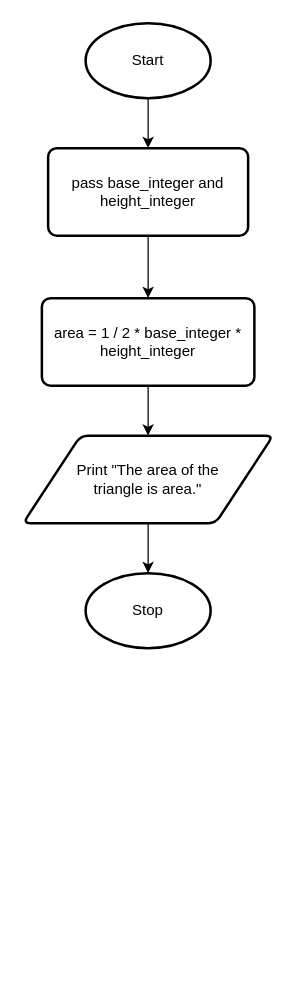
The draw.io diagram design.flowchart.drawio in Yiyun-Qin/ICS3U-Unit6-05-Python, before the edit. Source tidied: cells renumbered, new cells numbered last; positions are measured from the earlier drawing's top-left corner, leaving out a move shared by most shapes. Both pictures are drawn from the tidied source at 125%, with x=0, y=0 at pixel (22, 22).
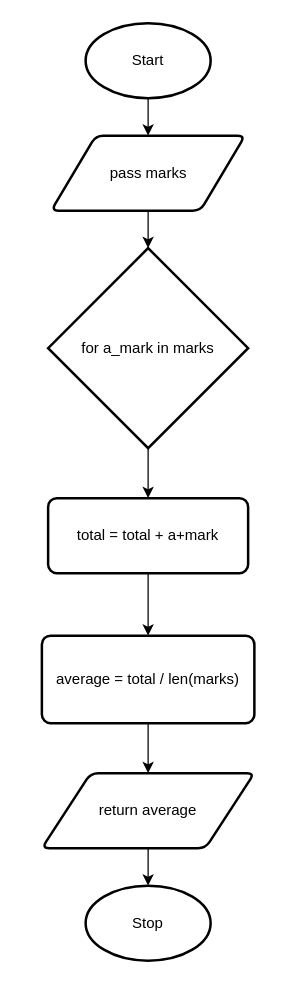
Above is the later version.

Diff of the diagram source:
```diff
@@
 <mxGraphModel>
   <root>
     <mxCell id="0" />
     <mxCell id="1" parent="0" />
-    <mxCell id="2" style="edgeStyle=none;html=1;exitX=0.5;exitY=1;exitDx=0;exitDy=0;exitPerimeter=0;entryX=0.5;entryY=0;entryDx=0;entryDy=0;" parent="1" edge="1" source="3" target="6">
-      <mxGeometry relative="1" as="geometry" />
-    </mxCell>
+    <mxCell id="11" style="edgeStyle=none;html=1;exitX=0.5;exitY=1;exitDx=0;exitDy=0;exitPerimeter=0;entryX=0.5;entryY=0;entryDx=0;entryDy=0;" parent="1" edge="1" source="3" target="13">
+      <mxGeometry relative="1" as="geometry" />
+    </mxCell>
     <mxCell id="3" value="Start" style="strokeWidth=2;html=1;shape=mxgraph.flowchart.start_1;whiteSpace=wrap;" parent="1" vertex="1">
       <mxGeometry x="50" width="100" height="60" as="geometry" />
     </mxCell>
     <mxCell id="4" value="Stop" style="strokeWidth=2;html=1;shape=mxgraph.flowchart.start_1;whiteSpace=wrap;" parent="1" vertex="1">
-      <mxGeometry x="50" y="440" width="100" height="60" as="geometry" />
+      <mxGeometry x="50" y="690" width="100" height="60" as="geometry" />
     </mxCell>
-    <mxCell id="5" style="edgeStyle=none;html=1;exitX=0.5;exitY=1;exitDx=0;exitDy=0;entryX=0.5;entryY=0;entryDx=0;entryDy=0;" parent="1" edge="1" source="6" target="8">
-      <mxGeometry relative="1" as="geometry" />
-    </mxCell>
-    <mxCell id="6" value="pass base_integer and height_integer" style="rounded=1;whiteSpace=wrap;html=1;absoluteArcSize=1;arcSize=14;strokeWidth=2;" parent="1" vertex="1">
-      <mxGeometry x="20" y="100" width="160" height="70" as="geometry" />
-    </mxCell>
-    <mxCell id="7" style="edgeStyle=none;html=1;exitX=0.5;exitY=1;exitDx=0;exitDy=0;entryX=0.5;entryY=0;entryDx=0;entryDy=0;" parent="1" edge="1" source="8" target="10">
-      <mxGeometry relative="1" as="geometry" />
-    </mxCell>
-    <mxCell id="8" value="area = 1 / 2 * base_integer * height_integer" style="rounded=1;whiteSpace=wrap;html=1;absoluteArcSize=1;arcSize=14;strokeWidth=2;" parent="1" vertex="1">
-      <mxGeometry x="15" y="220" width="170" height="70" as="geometry" />
-    </mxCell>
-    <mxCell id="9" style="edgeStyle=none;html=1;exitX=0.5;exitY=1;exitDx=0;exitDy=0;entryX=0.5;entryY=0;entryDx=0;entryDy=0;entryPerimeter=0;" parent="1" edge="1" source="10" target="4">
-      <mxGeometry relative="1" as="geometry" />
-    </mxCell>
-    <mxCell id="10" value="Print &quot;The area of the &lt;br&gt;triangle is area.&quot;" style="shape=parallelogram;html=1;strokeWidth=2;perimeter=parallelogramPerimeter;whiteSpace=wrap;rounded=1;arcSize=12;size=0.23;" parent="1" vertex="1">
-      <mxGeometry y="330" width="200" height="70" as="geometry" />
-    </mxCell>
+    <mxCell id="12" style="edgeStyle=none;html=1;exitX=0.5;exitY=1;exitDx=0;exitDy=0;entryX=0.5;entryY=0;entryDx=0;entryDy=0;entryPerimeter=0;" parent="1" edge="1" source="13" target="15">
+      <mxGeometry relative="1" as="geometry" />
+    </mxCell>
+    <mxCell id="13" value="pass marks" style="shape=parallelogram;html=1;strokeWidth=2;perimeter=parallelogramPerimeter;whiteSpace=wrap;rounded=1;arcSize=12;size=0.23;" parent="1" vertex="1">
+      <mxGeometry x="22.5" y="90" width="155" height="60" as="geometry" />
+    </mxCell>
+    <mxCell id="14" style="edgeStyle=none;html=1;exitX=0.5;exitY=1;exitDx=0;exitDy=0;exitPerimeter=0;entryX=0.5;entryY=0;entryDx=0;entryDy=0;" parent="1" edge="1" source="15" target="17">
+      <mxGeometry relative="1" as="geometry" />
+    </mxCell>
+    <mxCell id="15" value="for a_mark in marks" style="strokeWidth=2;html=1;shape=mxgraph.flowchart.decision;whiteSpace=wrap;" parent="1" vertex="1">
+      <mxGeometry x="20" y="180" width="160" height="160" as="geometry" />
+    </mxCell>
+    <mxCell id="16" style="edgeStyle=none;html=1;exitX=0.5;exitY=1;exitDx=0;exitDy=0;entryX=0.5;entryY=0;entryDx=0;entryDy=0;" parent="1" edge="1" source="17" target="19">
+      <mxGeometry relative="1" as="geometry" />
+    </mxCell>
+    <mxCell id="17" value="total = total + a+mark" style="rounded=1;whiteSpace=wrap;html=1;absoluteArcSize=1;arcSize=14;strokeWidth=2;" parent="1" vertex="1">
+      <mxGeometry x="20" y="380" width="160" height="60" as="geometry" />
+    </mxCell>
+    <mxCell id="18" style="edgeStyle=none;html=1;exitX=0.5;exitY=1;exitDx=0;exitDy=0;entryX=0.5;entryY=0;entryDx=0;entryDy=0;" parent="1" edge="1" source="19" target="21">
+      <mxGeometry relative="1" as="geometry" />
+    </mxCell>
+    <mxCell id="19" value="average = total / len(marks)" style="rounded=1;whiteSpace=wrap;html=1;absoluteArcSize=1;arcSize=14;strokeWidth=2;" parent="1" vertex="1">
+      <mxGeometry x="15" y="490" width="170" height="70" as="geometry" />
+    </mxCell>
+    <mxCell id="20" style="edgeStyle=none;html=1;exitX=0.5;exitY=1;exitDx=0;exitDy=0;entryX=0.5;entryY=0;entryDx=0;entryDy=0;entryPerimeter=0;" parent="1" edge="1" source="21" target="4">
+      <mxGeometry relative="1" as="geometry" />
+    </mxCell>
+    <mxCell id="21" value="return average" style="shape=parallelogram;html=1;strokeWidth=2;perimeter=parallelogramPerimeter;whiteSpace=wrap;rounded=1;arcSize=12;size=0.23;" parent="1" vertex="1">
+      <mxGeometry x="15" y="600" width="170" height="60" as="geometry" />
+    </mxCell>
   </root>
 </mxGraphModel>
```
